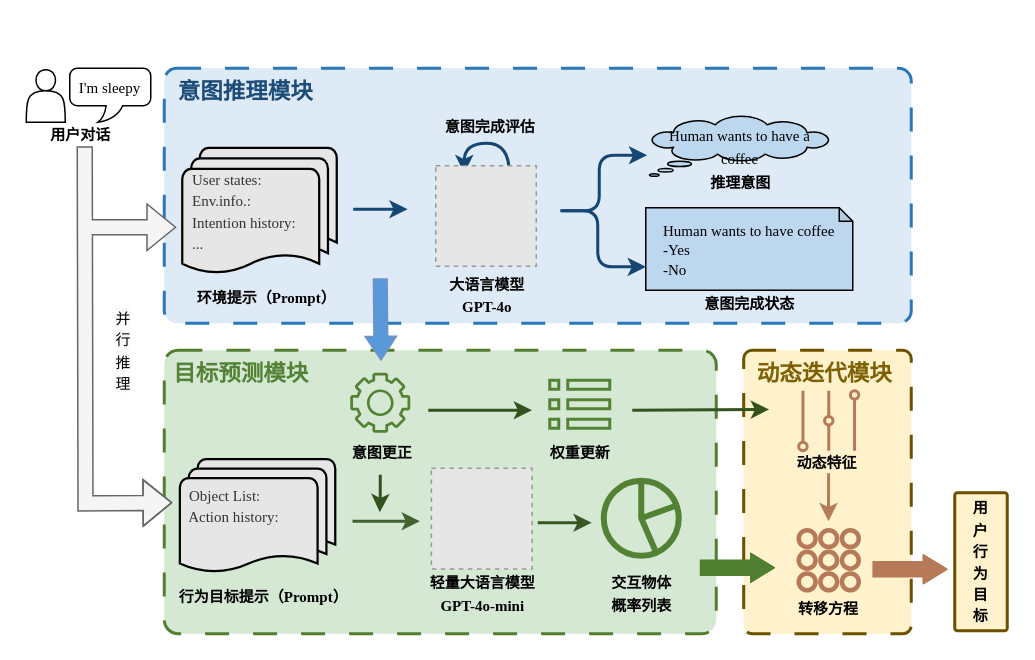
The draw.io diagram 预测方法框架.drawio in Rinco1018/project_test, before the edit. Source tidied: cells renumbered, new cells numbered last; positions are measured from the earlier drawing's top-left corner, leaving out a move shared by most shapes. Both pictures are drawn from the tidied source at 150%, with x=0, y=0 at pixel (26, 26). Pictures stored in the file or linked from it are replaced by grey dashed boxes.
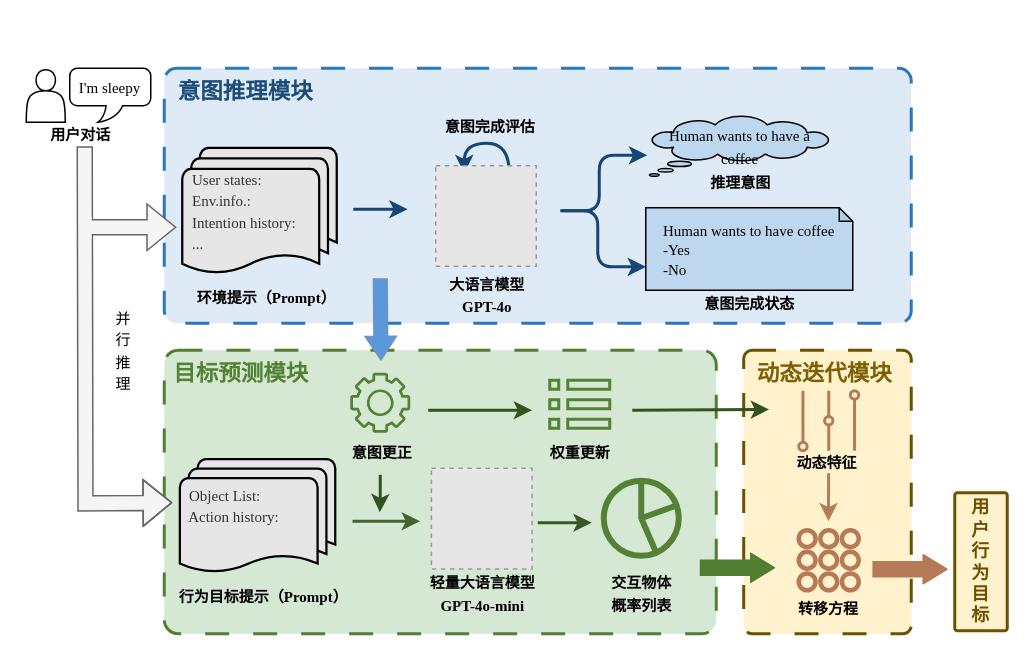
Above is the later version.

Commit message:
更新预测方法框架.drawio

What changed in the source:
```diff
@@
-    <mxCell id="29" value="&lt;span style=&quot;font-size: 10px;&quot;&gt;&lt;b&gt;用&lt;/b&gt;&lt;/span&gt;&lt;div&gt;&lt;span style=&quot;font-size: 10px;&quot;&gt;&lt;b&gt;户&lt;/b&gt;&lt;/span&gt;&lt;/div&gt;&lt;div&gt;&lt;span style=&quot;font-size: 10px;&quot;&gt;&lt;b&gt;行&lt;/b&gt;&lt;/span&gt;&lt;/div&gt;&lt;div&gt;&lt;span style=&quot;font-size: 10px;&quot;&gt;&lt;b&gt;为&lt;/b&gt;&lt;/span&gt;&lt;/div&gt;&lt;div&gt;&lt;span style=&quot;font-size: 10px;&quot;&gt;&lt;b&gt;目&lt;/b&gt;&lt;/span&gt;&lt;/div&gt;&lt;div&gt;&lt;span style=&quot;font-size: 10px;&quot;&gt;&lt;b&gt;标&lt;/b&gt;&lt;/span&gt;&lt;/div&gt;" style="rounded=1;arcSize=5;whiteSpace=wrap;html=1;fillColor=#fff2cc;strokeColor=light-dark(#6D5100,#000000);strokeWidth=2;align=center;verticalAlign=middle;fontFamily=Helvetica;fontSize=12;fontColor=default;" parent="1" vertex="1">
+    <mxCell id="29" value="&lt;font style=&quot;color: light-dark(rgb(109, 81, 0), rgb(237, 237, 237));&quot;&gt;&lt;b style=&quot;&quot;&gt;用&lt;/b&gt;&lt;/font&gt;&lt;div&gt;&lt;font style=&quot;color: light-dark(rgb(109, 81, 0), rgb(237, 237, 237));&quot;&gt;&lt;b&gt;户&lt;/b&gt;&lt;/font&gt;&lt;/div&gt;&lt;div&gt;&lt;font style=&quot;color: light-dark(rgb(109, 81, 0), rgb(237, 237, 237));&quot;&gt;&lt;b&gt;行&lt;/b&gt;&lt;/font&gt;&lt;/div&gt;&lt;div&gt;&lt;font style=&quot;color: light-dark(rgb(109, 81, 0), rgb(237, 237, 237));&quot;&gt;&lt;b&gt;为&lt;/b&gt;&lt;/font&gt;&lt;/div&gt;&lt;div&gt;&lt;font style=&quot;color: light-dark(rgb(109, 81, 0), rgb(237, 237, 237));&quot;&gt;&lt;b&gt;目&lt;/b&gt;&lt;/font&gt;&lt;/div&gt;&lt;div&gt;&lt;font style=&quot;color: light-dark(rgb(109, 81, 0), rgb(237, 237, 237));&quot;&gt;&lt;b style=&quot;&quot;&gt;标&lt;/b&gt;&lt;/font&gt;&lt;/div&gt;" style="rounded=1;arcSize=5;whiteSpace=wrap;html=1;fillColor=#fff2cc;strokeColor=light-dark(#6D5100,#000000);strokeWidth=2;align=center;verticalAlign=middle;fontFamily=Helvetica;fontSize=12;fontColor=default;" parent="1" vertex="1">
       <mxGeometry x="619" y="311" width="35" height="92" as="geometry" />
     </mxCell>
```
